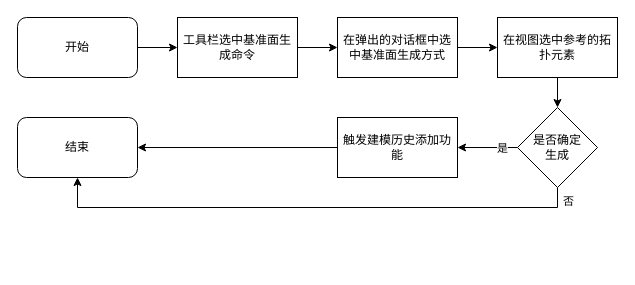
liuhuliuhu123/First-test keeps this draw.io diagram as 基准面特征创建.drawio. Above is the earlier version. Source tidied: cells renumbered, new cells numbered last; positions are measured from the earlier drawing's top-left corner, leaving out a move shared by most shapes. Both pictures are drawn from the tidied source at 100%, with x=0, y=0 at pixel (17, 17).
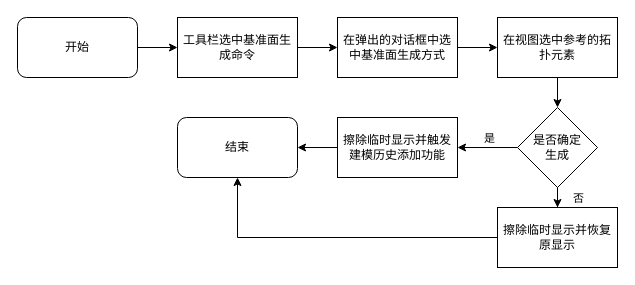
The same diagram, later.

Commit message:
更新基准面特征创建.drawio

The change refers to these unchanged cells:
```xml
<mxCell id="16" value="是否确定&lt;br&gt;生成" style="rhombus;whiteSpace=wrap;html=1;" parent="1" vertex="1">
  <mxGeometry x="500" y="90" width="80" height="80" as="geometry" />
</mxCell>
```

Diff of the diagram source:
```diff
@@
-    <mxCell id="11" value="触发建模历史添加功能" style="rounded=0;whiteSpace=wrap;html=1;" parent="1" vertex="1">
+    <mxCell id="11" value="擦除临时显示并触发建模历史添加功能" style="rounded=0;whiteSpace=wrap;html=1;" parent="1" vertex="1">
       <mxGeometry x="320" y="100" width="120" height="60" as="geometry" />
     </mxCell>
-    <mxCell id="12" style="edgeStyle=orthogonalEdgeStyle;rounded=0;jettySize=auto;html=1;" parent="1" edge="1" source="16" target="11">
+    <mxCell id="12" style="edgeStyle=orthogonalEdgeStyle;rounded=0;jettySize=auto;html=1;entryX=1;entryY=0.5;entryDx=0;entryDy=0;" parent="1" edge="1" source="16" target="11">
       <mxGeometry relative="1" as="geometry" />
     </mxCell>
     <mxCell id="13" value="是" style="edgeLabel;html=1;align=center;verticalAlign=middle;" parent="12" vertex="1">
-      <mxGeometry x="-0.46" relative="1" as="geometry" />
+      <mxGeometry x="-0.03" y="4" relative="1" as="geometry">
+        <mxPoint y="-14" as="offset" />
+      </mxGeometry>
     </mxCell>
-    <mxCell id="14" style="edgeStyle=orthogonalEdgeStyle;rounded=0;jettySize=auto;html=1;entryX=0.5;entryY=1;entryDx=0;entryDy=0;" parent="1" edge="1" source="16" target="17">
-      <mxGeometry relative="1" as="geometry">
-        <Array as="points">
-          <mxPoint x="540" y="190" />
-          <mxPoint x="60" y="190" />
-        </Array>
-      </mxGeometry>
-    </mxCell>
+    <mxCell id="18" style="edgeStyle=orthogonalEdgeStyle;rounded=0;jettySize=auto;html=1;entryX=0.5;entryY=0;entryDx=0;entryDy=0;" parent="1" edge="1" source="16" target="20">
+      <mxGeometry relative="1" as="geometry" />
+    </mxCell>
-    <mxCell id="15" value="否" style="edgeLabel;html=1;align=center;verticalAlign=middle;" parent="14" vertex="1">
-      <mxGeometry x="-0.95" y="-1" relative="1" as="geometry">
-        <mxPoint x="11" as="offset" />
+    <mxCell id="15" value="否" style="edgeLabel;html=1;align=center;verticalAlign=middle;" parent="18" vertex="1">
+      <mxGeometry x="-0.68" y="3" relative="1" as="geometry">
+        <mxPoint x="17" as="offset" />
       </mxGeometry>
     </mxCell>
@@
     <mxCell id="17" value="结束" style="rounded=1;whiteSpace=wrap;html=1;" parent="1" vertex="1">
-      <mxGeometry y="100" width="120" height="60" as="geometry" />
+      <mxGeometry x="160" y="100" width="120" height="60" as="geometry" />
     </mxCell>
+    <mxCell id="19" style="edgeStyle=orthogonalEdgeStyle;rounded=0;jettySize=auto;html=1;entryX=0.5;entryY=1;entryDx=0;entryDy=0;" parent="1" edge="1" source="20" target="17">
+      <mxGeometry relative="1" as="geometry" />
+    </mxCell>
+    <mxCell id="20" value="擦除临时显示并恢复原显示" style="rounded=0;whiteSpace=wrap;html=1;" parent="1" vertex="1">
+      <mxGeometry x="480" y="190" width="120" height="60" as="geometry" />
+    </mxCell>
```
